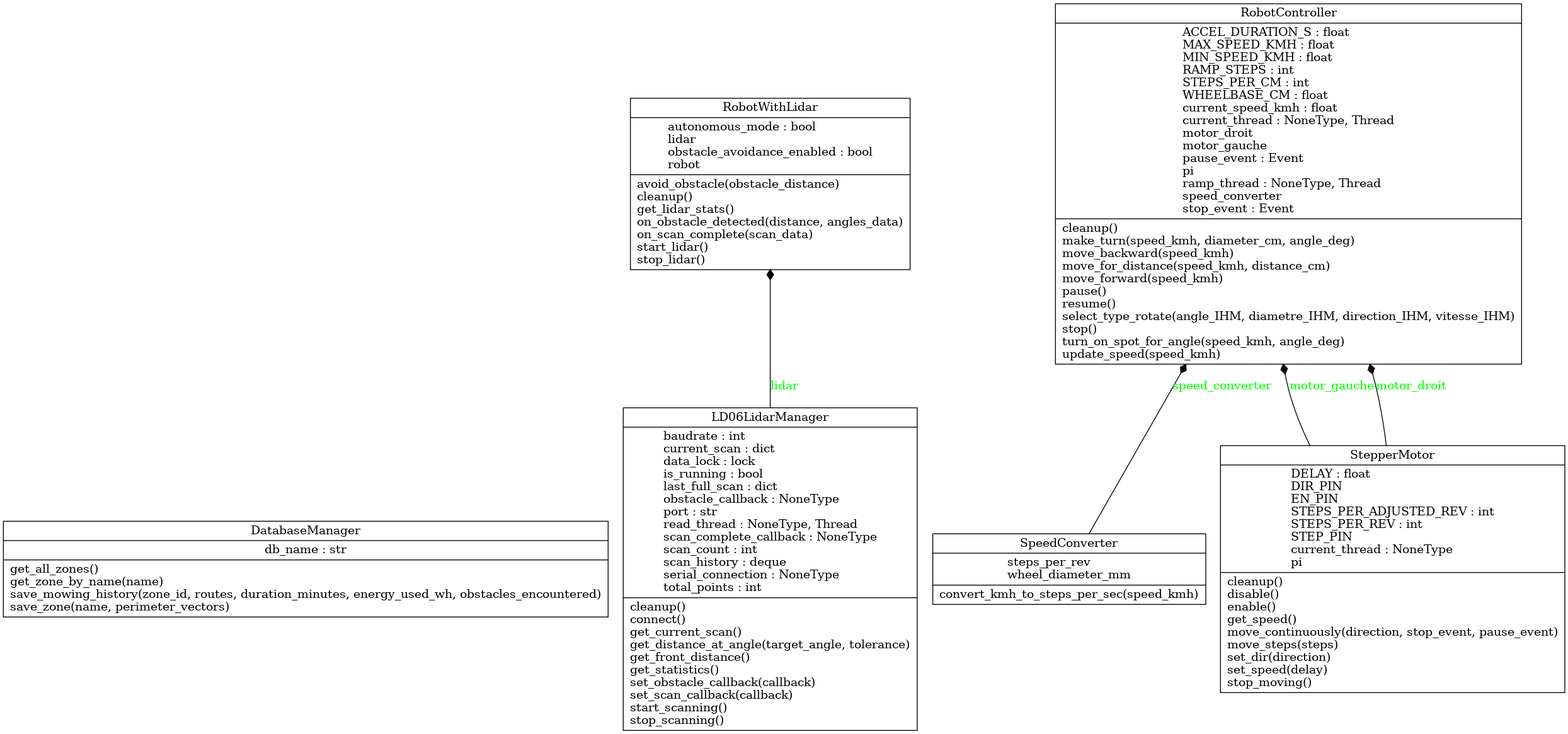
This is classes_RobotController.png from FranckieGoes/Turtle, a Graphviz export, as it was before one commit. Its source is kept beside it as classes_RobotController.dot.
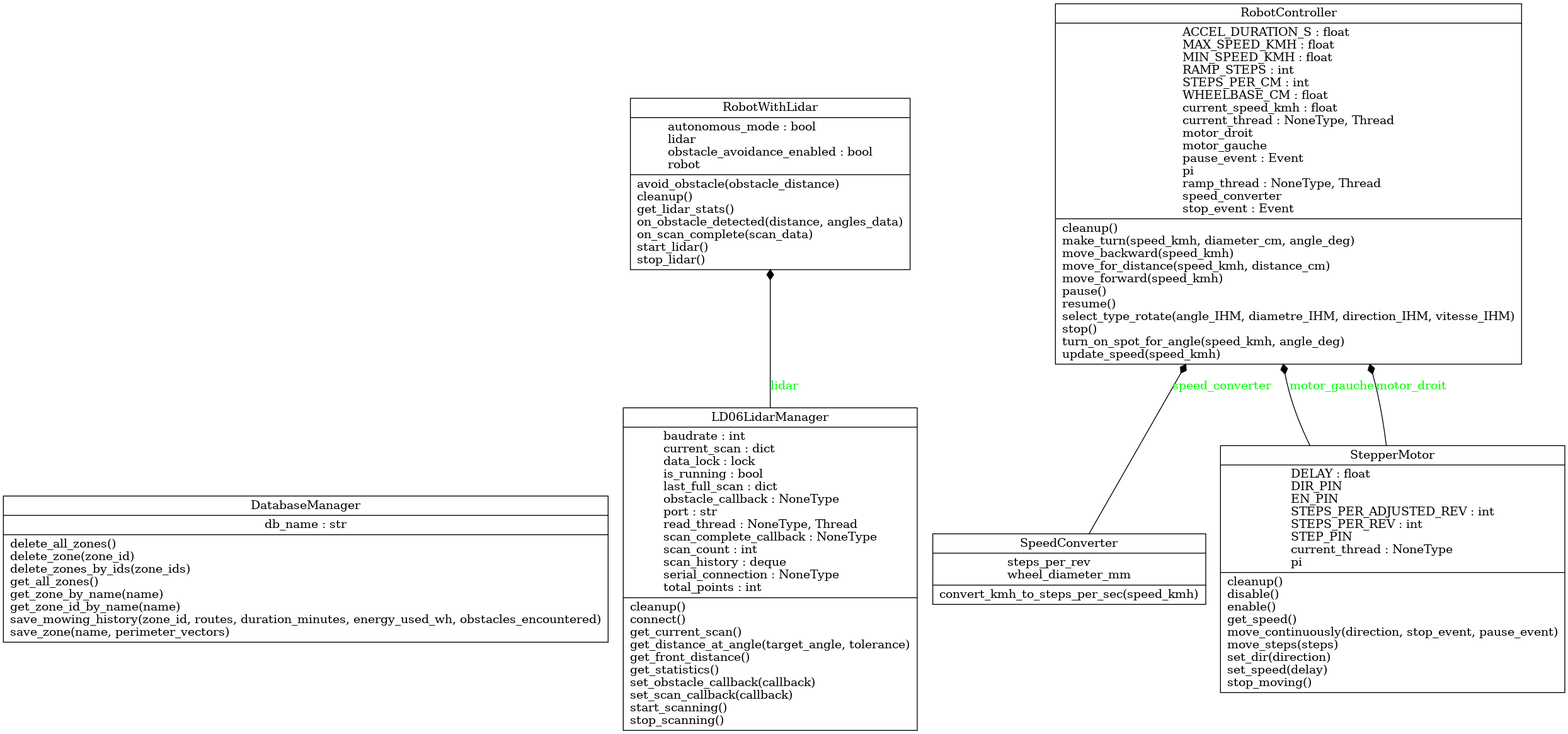
After the change.

What changed in the source:
```diff
@@ -1,7 +1,7 @@
 digraph "classes_RobotController" {
 rankdir=BT
 charset="utf-8"
-"database_manager.DatabaseManager" [color="black", fontcolor="black", label=<{DatabaseManager|db_name : str<br ALIGN="LEFT"/>|get_all_zones()<br ALIGN="LEFT"/>get_zone_by_name(name)<br ALIGN="LEFT"/>save_mowing_history(zone_id, routes, duration_minutes, energy_used_wh, obstacles_encountered)<br ALIGN="LEFT"/>save_zone(name, perimeter_vectors)<br ALIGN="LEFT"/>}>, shape="record", style="solid"];
+"database_manager.DatabaseManager" [color="black", fontcolor="black", label=<{DatabaseManager|db_name : str<br ALIGN="LEFT"/>|delete_all_zones()<br ALIGN="LEFT"/>delete_zone(zone_id)<br ALIGN="LEFT"/>delete_zones_by_ids(zone_ids)<br ALIGN="LEFT"/>get_all_zones()<br ALIGN="LEFT"/>get_zone_by_name(name)<br ALIGN="LEFT"/>get_zone_id_by_name(name)<br ALIGN="LEFT"/>save_mowing_history(zone_id, routes, duration_minutes, energy_used_wh, obstacles_encountered)<br ALIGN="LEFT"/>save_zone(name, perimeter_vectors)<br ALIGN="LEFT"/>}>, shape="record", style="solid"];
 "lidar_ld06_manager.LD06LidarManager" [color="black", fontcolor="black", label=<{LD06LidarManager|baudrate : int<br ALIGN="LEFT"/>current_scan : dict<br ALIGN="LEFT"/>data_lock : lock<br ALIGN="LEFT"/>is_running : bool<br ALIGN="LEFT"/>last_full_scan : dict<br ALIGN="LEFT"/>obstacle_callback : NoneType<br ALIGN="LEFT"/>port : str<br ALIGN="LEFT"/>read_thread : NoneType, Thread<br ALIGN="LEFT"/>scan_complete_callback : NoneType<br ALIGN="LEFT"/>scan_count : int<br ALIGN="LEFT"/>scan_history : deque<br ALIGN="LEFT"/>serial_connection : NoneType<br ALIGN="LEFT"/>total_points : int<br ALIGN="LEFT"/>|cleanup()<br ALIGN="LEFT"/>connect()<br ALIGN="LEFT"/>get_current_scan()<br ALIGN="LEFT"/>get_distance_at_angle(target_angle, tolerance)<br ALIGN="LEFT"/>get_front_distance()<br ALIGN="LEFT"/>get_statistics()<br ALIGN="LEFT"/>set_obstacle_callback(callback)<br ALIGN="LEFT"/>set_scan_callback(callback)<br ALIGN="LEFT"/>start_scanning()<br ALIGN="LEFT"/>stop_scanning()<br ALIGN="LEFT"/>}>, shape="record", style="solid"];
 "robot_controller_class.RobotController" [color="black", fontcolor="black", label=<{RobotController|ACCEL_DURATION_S : float<br ALIGN="LEFT"/>MAX_SPEED_KMH : float<br ALIGN="LEFT"/>MIN_SPEED_KMH : float<br ALIGN="LEFT"/>RAMP_STEPS : int<br ALIGN="LEFT"/>STEPS_PER_CM : int<br ALIGN="LEFT"/>WHEELBASE_CM : float<br ALIGN="LEFT"/>current_speed_kmh : float<br ALIGN="LEFT"/>current_thread : NoneType, Thread<br ALIGN="LEFT"/>motor_droit<br ALIGN="LEFT"/>motor_gauche<br ALIGN="LEFT"/>pause_event : Event<br ALIGN="LEFT"/>pi<br ALIGN="LEFT"/>ramp_thread : NoneType, Thread<br ALIGN="LEFT"/>speed_converter<br ALIGN="LEFT"/>stop_event : Event<br ALIGN="LEFT"/>|cleanup()<br ALIGN="LEFT"/>make_turn(speed_kmh, diameter_cm, angle_deg)<br ALIGN="LEFT"/>move_backward(speed_kmh)<br ALIGN="LEFT"/>move_for_distance(speed_kmh, distance_cm)<br ALIGN="LEFT"/>move_forward(speed_kmh)<br ALIGN="LEFT"/>pause()<br ALIGN="LEFT"/>resume()<br ALIGN="LEFT"/>select_type_rotate(angle_IHM, diametre_IHM, direction_IHM, vitesse_IHM)<br ALIGN="LEFT"/>stop()<br ALIGN="LEFT"/>turn_on_spot_for_angle(speed_kmh, angle_deg)<br ALIGN="LEFT"/>update_speed(speed_kmh)<br ALIGN="LEFT"/>}>, shape="record", style="solid"];
 "lidar_ld06_manager.RobotWithLidar" [color="black", fontcolor="black", label=<{RobotWithLidar|autonomous_mode : bool<br ALIGN="LEFT"/>lidar<br ALIGN="LEFT"/>obstacle_avoidance_enabled : bool<br ALIGN="LEFT"/>robot<br ALIGN="LEFT"/>|avoid_obstacle(obstacle_distance)<br ALIGN="LEFT"/>cleanup()<br ALIGN="LEFT"/>get_lidar_stats()<br ALIGN="LEFT"/>on_obstacle_detected(distance, angles_data)<br ALIGN="LEFT"/>on_scan_complete(scan_data)<br ALIGN="LEFT"/>start_lidar()<br ALIGN="LEFT"/>stop_lidar()<br ALIGN="LEFT"/>}>, shape="record", style="solid"];
```
